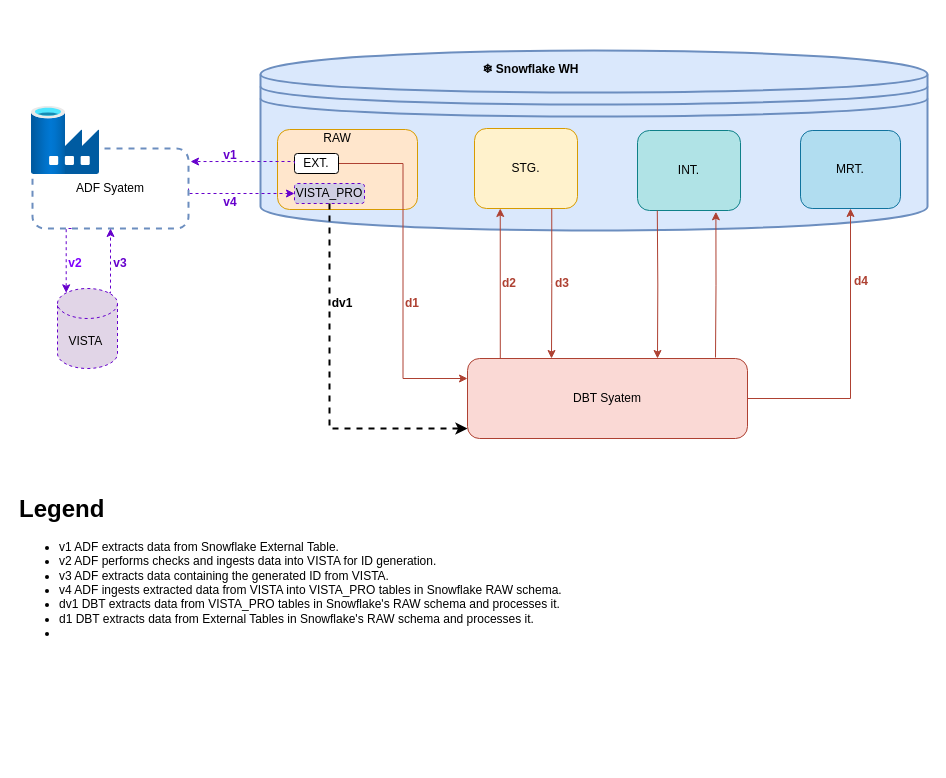
Above: Vista_ID_Gen.drawio in vadramson/Drawings (draw.io), before the change. Source tidied: cells renumbered, new cells numbered last; positions are measured from the earlier drawing's top-left corner, leaving out a move shared by most shapes. Both pictures are drawn from the tidied source at 100%, with x=0, y=0 at pixel (17, 50). Pictures stored in the file or linked from it are replaced by grey dashed boxes.
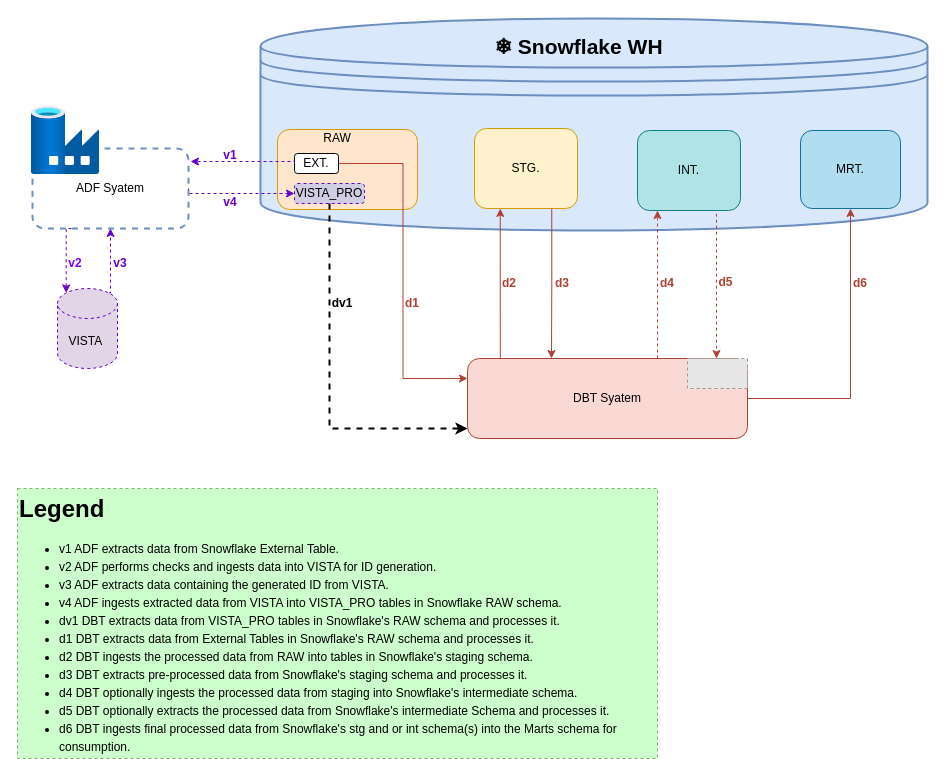
The same diagram, later.

Change to the diagram source:
```diff
@@
     <mxCell id="2" style="shape=datastore;whiteSpace=wrap;html=1;fillColor=#dae8fc;strokeColor=#6c8ebf;strokeWidth=2;" parent="1" vertex="1">
-      <mxGeometry x="243" width="667" height="180" as="geometry" />
+      <mxGeometry x="243" y="-32" width="667" height="212" as="geometry" />
     </mxCell>
@@
+    <mxCell id="36" style="edgeStyle=orthogonalEdgeStyle;rounded=0;orthogonalLoop=1;jettySize=auto;html=1;entryX=0;entryY=1;entryDx=0;entryDy=0;strokeColor=#AE4132;dashed=1;" parent="1" edge="1">
+      <mxGeometry relative="1" as="geometry">
+        <mxPoint x="640" y="308" as="sourcePoint" />
+        <mxPoint x="640" y="160" as="targetPoint" />
+        <Array as="points">
+          <mxPoint x="640" y="278" />
+          <mxPoint x="640" y="278" />
+        </Array>
+      </mxGeometry>
+    </mxCell>
@@
-    <mxCell id="30" value="&lt;b&gt;&lt;font style=&quot;color: rgb(174, 65, 50);&quot;&gt;d4&lt;/font&gt;&lt;/b&gt;" style="text;html=1;align=center;verticalAlign=middle;whiteSpace=wrap;rounded=0;" parent="1" vertex="1">
-      <mxGeometry x="814" y="216" width="60" height="30" as="geometry" />
-    </mxCell>
-    <mxCell id="31" value="&lt;h1 style=&quot;margin-top: 0px;&quot;&gt;Legend&amp;nbsp;&lt;/h1&gt;&lt;p&gt;&lt;/p&gt;&lt;ul&gt;&lt;li&gt;v1 ADF extracts data from Snowflake External Table.&lt;/li&gt;&lt;li&gt;v2 ADF performs checks and ingests data into VISTA for ID generation.&lt;/li&gt;&lt;li&gt;v3 ADF extracts data containing the generated ID from VISTA.&lt;/li&gt;&lt;li&gt;v4 ADF ingests extracted data from VISTA into VISTA_PRO tables in Snowflake RAW schema.&lt;/li&gt;&lt;li&gt;dv1 DBT extracts data from VISTA_PRO tables in Snowflake's RAW schema and processes it.&lt;/li&gt;&lt;li&gt;d1 DBT extracts data from External Tables in Snowflake's RAW schema and processes it.&lt;/li&gt;&lt;li&gt;&lt;br&gt;&lt;/li&gt;&lt;/ul&gt;&lt;p&gt;&lt;/p&gt;" style="text;html=1;whiteSpace=wrap;overflow=hidden;rounded=0;" parent="1" vertex="1">
-      <mxGeometry y="438" width="570" height="170" as="geometry" />
+    <mxCell id="31" value="&lt;h1 style=&quot;margin-top: 0px;&quot;&gt;Legend&amp;nbsp;&lt;/h1&gt;&lt;p&gt;&lt;/p&gt;&lt;ul style=&quot;line-height: 150%;&quot;&gt;&lt;li&gt;v1 ADF extracts data from Snowflake External Table.&lt;/li&gt;&lt;li&gt;v2 ADF performs checks and ingests data into VISTA for ID generation.&lt;/li&gt;&lt;li&gt;v3 ADF extracts data containing the generated ID from VISTA.&lt;/li&gt;&lt;li&gt;v4 ADF ingests extracted data from VISTA into VISTA_PRO tables in Snowflake RAW schema.&lt;/li&gt;&lt;li&gt;dv1 DBT extracts data from VISTA_PRO tables in Snowflake's RAW schema and processes it.&lt;/li&gt;&lt;li&gt;d1 DBT extracts data from External Tables in Snowflake's RAW schema and processes it.&lt;/li&gt;&lt;li&gt;d2 DBT ingests the processed data from RAW into tables in Snowflake's staging schema.&lt;/li&gt;&lt;li&gt;d3 DBT extracts pre-processed data from&amp;nbsp;Snowflake's staging schema and processes it.&lt;/li&gt;&lt;li&gt;d4 DBT optionally ingests the processed data from staging into Snowflake's intermediate schema.&lt;/li&gt;&lt;li&gt;d5 DBT optionally extracts the processed data from Snowflake's intermediate Schema and processes it.&lt;/li&gt;&lt;li&gt;d6 DBT ingests final processed data from Snowflake's stg and or int schema(s) into the Marts schema for consumption.&amp;nbsp;&lt;/li&gt;&lt;/ul&gt;&lt;p&gt;&lt;/p&gt;" style="text;html=1;whiteSpace=wrap;overflow=hidden;rounded=0;fillColor=#CCFFCC;strokeColor=#82b366;dashed=1;" parent="1" vertex="1">
+      <mxGeometry y="438" width="640" height="270" as="geometry" />
     </mxCell>
-    <mxCell id="32" value="&lt;span style=&quot;text-align: left;&quot;&gt;&lt;b&gt;❄ Snowflake WH&lt;/b&gt;&lt;/span&gt;" style="text;html=1;align=center;verticalAlign=middle;whiteSpace=wrap;rounded=0;" parent="1" vertex="1">
-      <mxGeometry x="457" y="4" width="113" height="30" as="geometry" />
+    <mxCell id="32" value="&lt;span style=&quot;text-align: left;&quot;&gt;&lt;b&gt;&lt;font style=&quot;font-size: 21px;&quot;&gt;❄ Snowflake WH&lt;/font&gt;&lt;/b&gt;&lt;/span&gt;" style="text;html=1;align=center;verticalAlign=middle;whiteSpace=wrap;rounded=0;" parent="1" vertex="1">
+      <mxGeometry x="470" y="-31" width="183" height="54" as="geometry" />
     </mxCell>
+    <mxCell id="37" style="edgeStyle=orthogonalEdgeStyle;rounded=0;orthogonalLoop=1;jettySize=auto;html=1;exitX=0.75;exitY=1;exitDx=0;exitDy=0;entryX=0.5;entryY=0;entryDx=0;entryDy=0;strokeColor=#AE4132;dashed=1;" parent="1" edge="1">
+      <mxGeometry relative="1" as="geometry">
+        <mxPoint x="696.2" y="160" as="sourcePoint" />
+        <mxPoint x="699" y="308" as="targetPoint" />
+        <Array as="points">
+          <mxPoint x="699" y="160" />
+        </Array>
+      </mxGeometry>
+    </mxCell>
@@
-    <mxCell id="34" style="edgeStyle=orthogonalEdgeStyle;rounded=0;orthogonalLoop=1;jettySize=auto;html=1;exitX=0.75;exitY=0;exitDx=0;exitDy=0;entryX=0.392;entryY=1.029;entryDx=0;entryDy=0;entryPerimeter=0;strokeColor=#AE4132;" parent="1" edge="1">
-      <mxGeometry relative="1" as="geometry">
-        <mxPoint x="698" y="307" as="sourcePoint" />
-        <mxPoint x="698.4" y="161.3" as="targetPoint" />
-      </mxGeometry>
-    </mxCell>
-    <mxCell id="35" style="edgeStyle=orthogonalEdgeStyle;rounded=0;orthogonalLoop=1;jettySize=auto;html=1;exitX=0.25;exitY=1;exitDx=0;exitDy=0;strokeColor=#AE4132;" parent="1" edge="1">
-      <mxGeometry relative="1" as="geometry">
-        <mxPoint x="639.8" y="160" as="sourcePoint" />
-        <mxPoint x="640" y="308" as="targetPoint" />
-      </mxGeometry>
-    </mxCell>
+    <mxCell id="30" value="&lt;b&gt;&lt;font style=&quot;color: rgb(174, 65, 50);&quot;&gt;d4&lt;/font&gt;&lt;/b&gt;" style="text;html=1;align=center;verticalAlign=middle;whiteSpace=wrap;rounded=0;" parent="1" vertex="1">
+      <mxGeometry x="619.5" y="218" width="60" height="30" as="geometry" />
+    </mxCell>
+    <mxCell id="38" value="&lt;b&gt;&lt;font style=&quot;color: rgb(174, 65, 50);&quot;&gt;d5&lt;/font&gt;&lt;/b&gt;" style="text;html=1;align=center;verticalAlign=middle;whiteSpace=wrap;rounded=0;" parent="1" vertex="1">
+      <mxGeometry x="679" y="217" width="59" height="30" as="geometry" />
+    </mxCell>
+    <mxCell id="39" value="&lt;b&gt;&lt;font style=&quot;color: rgb(174, 65, 50);&quot;&gt;d6&lt;/font&gt;&lt;/b&gt;" style="text;html=1;align=center;verticalAlign=middle;whiteSpace=wrap;rounded=0;" parent="1" vertex="1">
+      <mxGeometry x="813" y="218" width="60" height="30" as="geometry" />
+    </mxCell>
+    <mxCell id="40" style="fillColor=#E6E6E6;strokeColor=#999999;dashed=1;verticalLabelPosition=bottom;labelBackgroundColor=default;verticalAlign=top;" parent="1" vertex="1">
+      <mxGeometry x="670" y="308" width="60" height="30" as="geometry" />
+    </mxCell>
```
